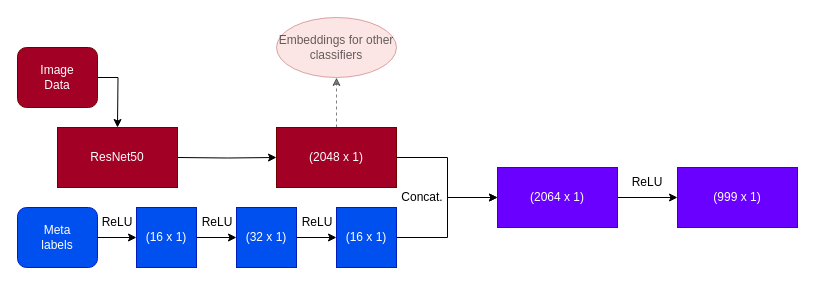
The draw.io diagram figures/RESNETMODIFIED.drawio in CarlAnSc/bachelor_project, before the edit. Source tidied: cells renumbered, new cells numbered last; positions are measured from the earlier drawing's top-left corner, leaving out a move shared by most shapes. Both pictures are drawn from the tidied source at 100%, with x=0, y=0 at pixel (17, 17).
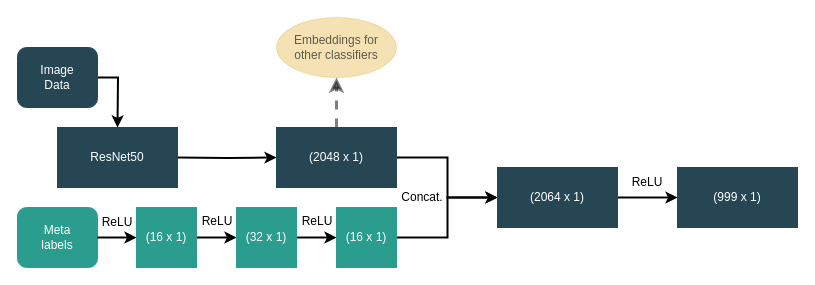
After the change.

Diff of the diagram source:
```diff
@@
-    <mxCell id="2" style="edgeStyle=orthogonalEdgeStyle;rounded=0;jettySize=auto;html=1;exitX=1;exitY=0.5;exitDx=0;exitDy=0;entryX=0;entryY=0.5;entryDx=0;entryDy=0;" parent="1" edge="1" target="9">
+    <mxCell id="2" style="edgeStyle=orthogonalEdgeStyle;rounded=0;jettySize=auto;html=1;exitX=1;exitY=0.5;exitDx=0;exitDy=0;entryX=0;entryY=0.5;entryDx=0;entryDy=0;strokeWidth=2;" parent="1" edge="1" target="9">
       <mxGeometry relative="1" as="geometry">
         <mxPoint x="160" y="140" as="sourcePoint" />
       </mxGeometry>
     </mxCell>
-    <mxCell id="3" style="edgeStyle=orthogonalEdgeStyle;rounded=0;jettySize=auto;html=1;exitX=1;exitY=0.5;exitDx=0;exitDy=0;entryX=0.5;entryY=0;entryDx=0;entryDy=0;" parent="1" edge="1" source="4">
+    <mxCell id="3" style="edgeStyle=orthogonalEdgeStyle;rounded=0;jettySize=auto;html=1;exitX=1;exitY=0.5;exitDx=0;exitDy=0;entryX=0.5;entryY=0;entryDx=0;entryDy=0;strokeWidth=2;" parent="1" edge="1" source="4">
       <mxGeometry relative="1" as="geometry">
         <mxPoint x="100" y="110" as="targetPoint" />
       </mxGeometry>
     </mxCell>
-    <mxCell id="4" value="&lt;div&gt;Image&lt;/div&gt;&lt;div&gt;Data&lt;br&gt;&lt;/div&gt;" style="rounded=1;whiteSpace=wrap;html=1;fillColor=#a20025;fontColor=#ffffff;strokeColor=#6F0000;" parent="1" vertex="1">
+    <mxCell id="4" value="&lt;div&gt;Image&lt;/div&gt;&lt;div&gt;Data&lt;br&gt;&lt;/div&gt;" style="rounded=1;whiteSpace=wrap;html=1;fillColor=#264653;fontColor=#ffffff;strokeColor=#264653;" parent="1" vertex="1">
       <mxGeometry y="30" width="80" height="60" as="geometry" />
     </mxCell>
-    <mxCell id="5" value="&lt;div&gt;Meta &lt;br&gt;&lt;/div&gt;&lt;div&gt;labels&lt;/div&gt;" style="rounded=1;whiteSpace=wrap;html=1;fillColor=#0050ef;fontColor=#ffffff;strokeColor=#001DBC;" parent="1" vertex="1">
+    <mxCell id="5" value="&lt;div&gt;Meta &lt;br&gt;&lt;/div&gt;&lt;div&gt;labels&lt;/div&gt;" style="rounded=1;whiteSpace=wrap;html=1;fillColor=#2A9D8F;fontColor=#ffffff;strokeColor=#2A9D8F;" parent="1" vertex="1">
       <mxGeometry y="190" width="80" height="60" as="geometry" />
     </mxCell>
@@
-    <mxCell id="7" style="edgeStyle=orthogonalEdgeStyle;rounded=0;jettySize=auto;html=1;exitX=1;exitY=0.5;exitDx=0;exitDy=0;entryX=0;entryY=0.5;entryDx=0;entryDy=0;" parent="1" edge="1" source="9" target="24">
+    <mxCell id="7" style="edgeStyle=orthogonalEdgeStyle;rounded=0;jettySize=auto;html=1;exitX=1;exitY=0.5;exitDx=0;exitDy=0;entryX=0;entryY=0.5;entryDx=0;entryDy=0;strokeWidth=2;" parent="1" edge="1" source="9" target="24">
       <mxGeometry relative="1" as="geometry">
         <Array as="points">
           <mxPoint x="430" y="140" />
           <mxPoint x="430" y="180" />
         </Array>
       </mxGeometry>
     </mxCell>
-    <mxCell id="8" style="edgeStyle=orthogonalEdgeStyle;rounded=0;jettySize=auto;html=1;exitX=0.5;exitY=0;exitDx=0;exitDy=0;entryX=0.5;entryY=1;entryDx=0;entryDy=0;opacity=50;dashed=1;" parent="1" edge="1" source="9" target="22">
+    <mxCell id="8" style="edgeStyle=orthogonalEdgeStyle;rounded=0;jettySize=auto;html=1;exitX=0.5;exitY=0;exitDx=0;exitDy=0;entryX=0.5;entryY=1;entryDx=0;entryDy=0;opacity=50;dashed=1;strokeWidth=3;" parent="1" edge="1" source="9" target="22">
       <mxGeometry relative="1" as="geometry" />
     </mxCell>
-    <mxCell id="9" value="(2048 x 1)" style="rounded=0;whiteSpace=wrap;html=1;fillColor=#a20025;fontColor=#ffffff;strokeColor=#6F0000;" parent="1" vertex="1">
+    <mxCell id="9" value="(2048 x 1)" style="rounded=0;whiteSpace=wrap;html=1;fillColor=#264653;fontColor=#ffffff;strokeColor=#264653;" parent="1" vertex="1">
       <mxGeometry x="259" y="110" width="120" height="60" as="geometry" />
     </mxCell>
-    <mxCell id="10" style="edgeStyle=orthogonalEdgeStyle;rounded=0;jettySize=auto;html=1;exitX=1;exitY=0.5;exitDx=0;exitDy=0;" parent="1" edge="1" source="5" target="12">
+    <mxCell id="10" style="edgeStyle=orthogonalEdgeStyle;rounded=0;jettySize=auto;html=1;exitX=1;exitY=0.5;exitDx=0;exitDy=0;strokeWidth=2;" parent="1" edge="1" source="5" target="12">
       <mxGeometry relative="1" as="geometry" />
     </mxCell>
-    <mxCell id="11" style="edgeStyle=orthogonalEdgeStyle;rounded=0;jettySize=auto;html=1;exitX=1;exitY=0.5;exitDx=0;exitDy=0;entryX=0;entryY=0.5;entryDx=0;entryDy=0;" parent="1" edge="1" source="12" target="14">
+    <mxCell id="11" style="edgeStyle=orthogonalEdgeStyle;rounded=0;jettySize=auto;html=1;exitX=1;exitY=0.5;exitDx=0;exitDy=0;entryX=0;entryY=0.5;entryDx=0;entryDy=0;strokeWidth=2;" parent="1" edge="1" source="12" target="14">
       <mxGeometry relative="1" as="geometry" />
     </mxCell>
-    <mxCell id="12" value="(16 x 1)" style="rounded=0;whiteSpace=wrap;html=1;fillColor=#0050ef;fontColor=#ffffff;strokeColor=#001DBC;" parent="1" vertex="1">
+    <mxCell id="12" value="(16 x 1)" style="rounded=0;whiteSpace=wrap;html=1;fillColor=#2A9D8F;fontColor=#ffffff;strokeColor=#2A9D8F;" parent="1" vertex="1">
       <mxGeometry x="119" y="190" width="60" height="60" as="geometry" />
     </mxCell>
-    <mxCell id="13" style="edgeStyle=orthogonalEdgeStyle;rounded=0;jettySize=auto;html=1;exitX=1;exitY=0.5;exitDx=0;exitDy=0;entryX=0;entryY=0.5;entryDx=0;entryDy=0;" parent="1" edge="1" source="14" target="16">
+    <mxCell id="13" style="edgeStyle=orthogonalEdgeStyle;rounded=0;jettySize=auto;html=1;exitX=1;exitY=0.5;exitDx=0;exitDy=0;entryX=0;entryY=0.5;entryDx=0;entryDy=0;strokeWidth=2;" parent="1" edge="1" source="14" target="16">
       <mxGeometry relative="1" as="geometry" />
     </mxCell>
-    <mxCell id="14" value="(32 x 1)" style="rounded=0;whiteSpace=wrap;html=1;fillColor=#0050ef;fontColor=#ffffff;strokeColor=#001DBC;" parent="1" vertex="1">
+    <mxCell id="14" value="(32 x 1)" style="rounded=0;whiteSpace=wrap;html=1;fillColor=#2A9D8F;fontColor=#ffffff;strokeColor=#2A9D8F;" parent="1" vertex="1">
       <mxGeometry x="219" y="190" width="60" height="60" as="geometry" />
     </mxCell>
-    <mxCell id="15" style="edgeStyle=orthogonalEdgeStyle;rounded=0;jettySize=auto;html=1;exitX=1;exitY=0.5;exitDx=0;exitDy=0;entryX=0;entryY=0.5;entryDx=0;entryDy=0;" parent="1" edge="1" source="16" target="24">
+    <mxCell id="15" style="edgeStyle=orthogonalEdgeStyle;rounded=0;jettySize=auto;html=1;exitX=1;exitY=0.5;exitDx=0;exitDy=0;entryX=0;entryY=0.5;entryDx=0;entryDy=0;strokeWidth=2;" parent="1" edge="1" source="16" target="24">
       <mxGeometry relative="1" as="geometry">
         <Array as="points">
           <mxPoint x="430" y="220" />
           <mxPoint x="430" y="180" />
         </Array>
       </mxGeometry>
     </mxCell>
-    <mxCell id="16" value="(16 x 1)" style="rounded=0;whiteSpace=wrap;html=1;fillColor=#0050ef;fontColor=#ffffff;strokeColor=#001DBC;" parent="1" vertex="1">
+    <mxCell id="16" value="(16 x 1)" style="rounded=0;whiteSpace=wrap;html=1;fillColor=#2a9d8f;fontColor=#ffffff;strokeColor=#2A9D8F;" parent="1" vertex="1">
       <mxGeometry x="319" y="190" width="60" height="60" as="geometry" />
     </mxCell>
@@
     <mxCell id="18" value="ReLU" style="text;html=1;strokeColor=none;fillColor=none;align=center;verticalAlign=middle;whiteSpace=wrap;rounded=0;" parent="1" vertex="1">
-      <mxGeometry x="170" y="190" width="60" height="30" as="geometry" />
+      <mxGeometry x="170" y="189" width="60" height="30" as="geometry" />
     </mxCell>
     <mxCell id="19" value="ReLU" style="text;html=1;strokeColor=none;fillColor=none;align=center;verticalAlign=middle;whiteSpace=wrap;rounded=0;" parent="1" vertex="1">
-      <mxGeometry x="270" y="190" width="60" height="30" as="geometry" />
+      <mxGeometry x="270" y="189" width="60" height="30" as="geometry" />
     </mxCell>
@@
-    <mxCell id="22" value="Embeddings for other classifiers" style="ellipse;whiteSpace=wrap;html=1;fillColor=#f8cecc;strokeColor=#b85450;opacity=50;textOpacity=60;" parent="1" vertex="1">
+    <mxCell id="22" value="Embeddings for&lt;br&gt;other classifiers" style="ellipse;whiteSpace=wrap;html=1;fillColor=#e9c46a;strokeColor=#E9C46A;opacity=50;textOpacity=60;" parent="1" vertex="1">
       <mxGeometry x="259" width="120" height="60" as="geometry" />
     </mxCell>
-    <mxCell id="23" style="edgeStyle=orthogonalEdgeStyle;rounded=0;jettySize=auto;html=1;exitX=1;exitY=0.5;exitDx=0;exitDy=0;entryX=0;entryY=0.5;entryDx=0;entryDy=0;" parent="1" edge="1" source="24" target="25">
+    <mxCell id="23" style="edgeStyle=orthogonalEdgeStyle;rounded=0;jettySize=auto;html=1;exitX=1;exitY=0.5;exitDx=0;exitDy=0;entryX=0;entryY=0.5;entryDx=0;entryDy=0;strokeWidth=2;" parent="1" edge="1" source="24" target="25">
       <mxGeometry relative="1" as="geometry" />
     </mxCell>
-    <mxCell id="24" value="(2064 x 1)" style="rounded=0;whiteSpace=wrap;html=1;fillColor=#6a00ff;strokeColor=#3700CC;fontColor=#ffffff;" parent="1" vertex="1">
+    <mxCell id="24" value="(2064 x 1)" style="rounded=0;whiteSpace=wrap;html=1;fillColor=#264653;strokeColor=#264653;fontColor=#ffffff;" parent="1" vertex="1">
       <mxGeometry x="480" y="150" width="120" height="60" as="geometry" />
     </mxCell>
-    <mxCell id="25" value="(999 x 1)" style="rounded=0;whiteSpace=wrap;html=1;fillColor=#6a00ff;strokeColor=#3700CC;fontColor=#ffffff;" parent="1" vertex="1">
+    <mxCell id="25" value="(999 x 1)" style="rounded=0;whiteSpace=wrap;html=1;fillColor=#264653;strokeColor=#264653;fontColor=#ffffff;" parent="1" vertex="1">
       <mxGeometry x="660" y="150" width="120" height="60" as="geometry" />
     </mxCell>
-    <mxCell id="26" value="ResNet50" style="rounded=0;whiteSpace=wrap;html=1;fillColor=#a20025;fontColor=#ffffff;strokeColor=#6F0000;" parent="1" vertex="1">
+    <mxCell id="26" value="ResNet50" style="rounded=0;whiteSpace=wrap;html=1;fillColor=#264653;fontColor=#ffffff;strokeColor=#264653;" parent="1" vertex="1">
       <mxGeometry x="40" y="110" width="120" height="60" as="geometry" />
     </mxCell>
```
